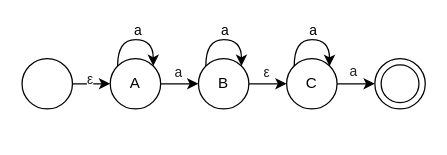
LiLiJacky/graphData keeps this draw.io diagram as page "coldwave" (5 of 5) of whyIntervalEvent.drawio. Above is the earlier version. Source tidied: cells renumbered, new cells numbered last; positions are measured from the earlier drawing's top-left corner, leaving out a move shared by most shapes. Both pictures are drawn from the tidied source at 126%, with x=0, y=0 at pixel (21, 39).
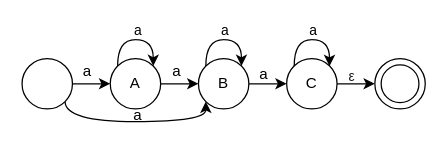
Above is the later version.

Unchanged cells that the change refers to:
```xml
<mxCell id="2" style="edgeStyle=orthogonalEdgeStyle;rounded=0;jettySize=auto;html=1;entryX=0;entryY=0.5;entryDx=0;entryDy=0;" parent="1" edge="1" source="4" target="6">
  <mxGeometry relative="1" as="geometry" />
</mxCell>
<mxCell id="4" style="ellipse;whiteSpace=wrap;html=1;" parent="1" vertex="1">
  <mxGeometry y="15" width="40" height="40" as="geometry" />
</mxCell>
<mxCell id="8" value="B" style="ellipse;whiteSpace=wrap;html=1;" parent="1" vertex="1">
  <mxGeometry x="140" y="15" width="40" height="40" as="geometry" />
</mxCell>
```

Change to the diagram source:
```diff
@@
-    <mxCell id="3" value="&lt;span style=&quot;color: rgb(32, 33, 36); font-family: &amp;quot;Google Sans&amp;quot;, Arial, sans-serif; text-align: left; text-wrap: wrap;&quot;&gt;&lt;font style=&quot;font-size: 11px;&quot;&gt;ε&lt;/font&gt;&lt;/span&gt;" style="edgeLabel;html=1;align=center;verticalAlign=middle;" parent="2" vertex="1">
-      <mxGeometry x="0.2" y="-3" relative="1" as="geometry">
-        <mxPoint x="3" y="-7" as="offset" />
-      </mxGeometry>
-    </mxCell>
+    <mxCell id="23" style="edgeStyle=orthogonalEdgeStyle;rounded=0;jettySize=auto;html=1;exitX=1;exitY=1;exitDx=0;exitDy=0;entryX=0;entryY=1;entryDx=0;entryDy=0;curved=1;" parent="1" edge="1" source="4" target="8">
+      <mxGeometry relative="1" as="geometry">
+        <Array as="points">
+          <mxPoint x="34" y="65" />
+          <mxPoint x="146" y="65" />
+        </Array>
+      </mxGeometry>
+    </mxCell>
@@
-    <mxCell id="13" value="&lt;span style=&quot;color: rgb(32, 33, 36); font-family: &amp;quot;Google Sans&amp;quot;, Arial, sans-serif; text-align: left; text-wrap: wrap;&quot;&gt;&lt;font style=&quot;font-size: 11px;&quot;&gt;a&lt;/font&gt;&lt;/span&gt;" style="edgeLabel;html=1;align=center;verticalAlign=middle;" parent="1" vertex="1">
-      <mxGeometry x="123" y="27" as="geometry">
-        <mxPoint y="-2" as="offset" />
-      </mxGeometry>
-    </mxCell>
@@
-    <mxCell id="21" value="&lt;span style=&quot;color: rgb(32, 33, 36); font-family: &amp;quot;Google Sans&amp;quot;, Arial, sans-serif; text-align: left; text-wrap: wrap;&quot;&gt;&lt;font style=&quot;font-size: 11px;&quot;&gt;a&lt;/font&gt;&lt;/span&gt;" style="edgeLabel;html=1;align=center;verticalAlign=middle;" parent="1" vertex="1">
-      <mxGeometry x="135" y="40" as="geometry">
-        <mxPoint x="127" y="-16" as="offset" />
-      </mxGeometry>
-    </mxCell>
-    <mxCell id="22" value="&lt;span style=&quot;color: rgb(32, 33, 36); font-family: &amp;quot;Google Sans&amp;quot;, Arial, sans-serif; text-align: left; text-wrap: wrap;&quot;&gt;&lt;font style=&quot;font-size: 11px;&quot;&gt;ε&lt;/font&gt;&lt;/span&gt;" style="edgeLabel;html=1;align=center;verticalAlign=middle;" parent="1" vertex="1">
-      <mxGeometry x="193" y="25" as="geometry" />
-    </mxCell>
+    <mxCell id="24" value="a" style="text;html=1;align=center;verticalAlign=middle;whiteSpace=wrap;rounded=0;" parent="1" vertex="1">
+      <mxGeometry x="22" y="10" width="60" height="30" as="geometry" />
+    </mxCell>
+    <mxCell id="25" value="a" style="text;html=1;align=center;verticalAlign=middle;whiteSpace=wrap;rounded=0;" parent="1" vertex="1">
+      <mxGeometry x="93" y="10" width="60" height="30" as="geometry" />
+    </mxCell>
+    <mxCell id="26" value="a" style="text;html=1;align=center;verticalAlign=middle;whiteSpace=wrap;rounded=0;" parent="1" vertex="1">
+      <mxGeometry x="162" y="13" width="60" height="30" as="geometry" />
+    </mxCell>
+    <mxCell id="27" value="&lt;span style=&quot;color: rgb(32, 33, 36); font-family: &amp;quot;Google Sans&amp;quot;, Arial, sans-serif; font-size: 11px; text-align: left;&quot;&gt;ε&lt;/span&gt;" style="text;html=1;align=center;verticalAlign=middle;whiteSpace=wrap;rounded=0;" parent="1" vertex="1">
+      <mxGeometry x="232" y="14" width="60" height="30" as="geometry" />
+    </mxCell>
+    <mxCell id="28" value="a" style="text;html=1;align=center;verticalAlign=middle;whiteSpace=wrap;rounded=0;" parent="1" vertex="1">
+      <mxGeometry x="62" y="45" width="60" height="30" as="geometry" />
+    </mxCell>
```
